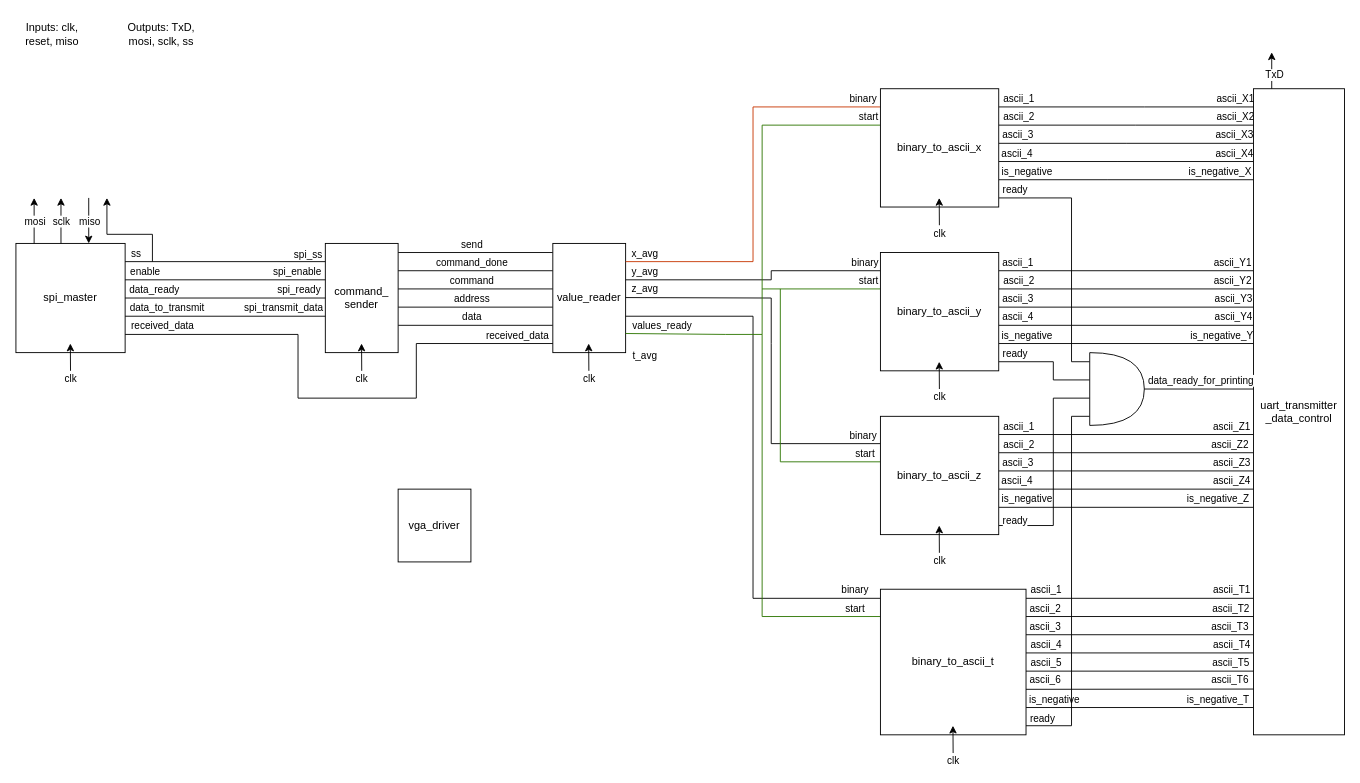
The draw.io diagram Lab4/diagrams/accelerometer_driver.drawio in ACrispyCookie/ECE333-Digital-Systems-Lab, before the edit. Source tidied: cells renumbered, new cells numbered last; positions are measured from the earlier drawing's top-left corner, leaving out a move shared by most shapes. Both pictures are drawn from the tidied source at 91%, with x=0, y=0 at pixel (15, 15).
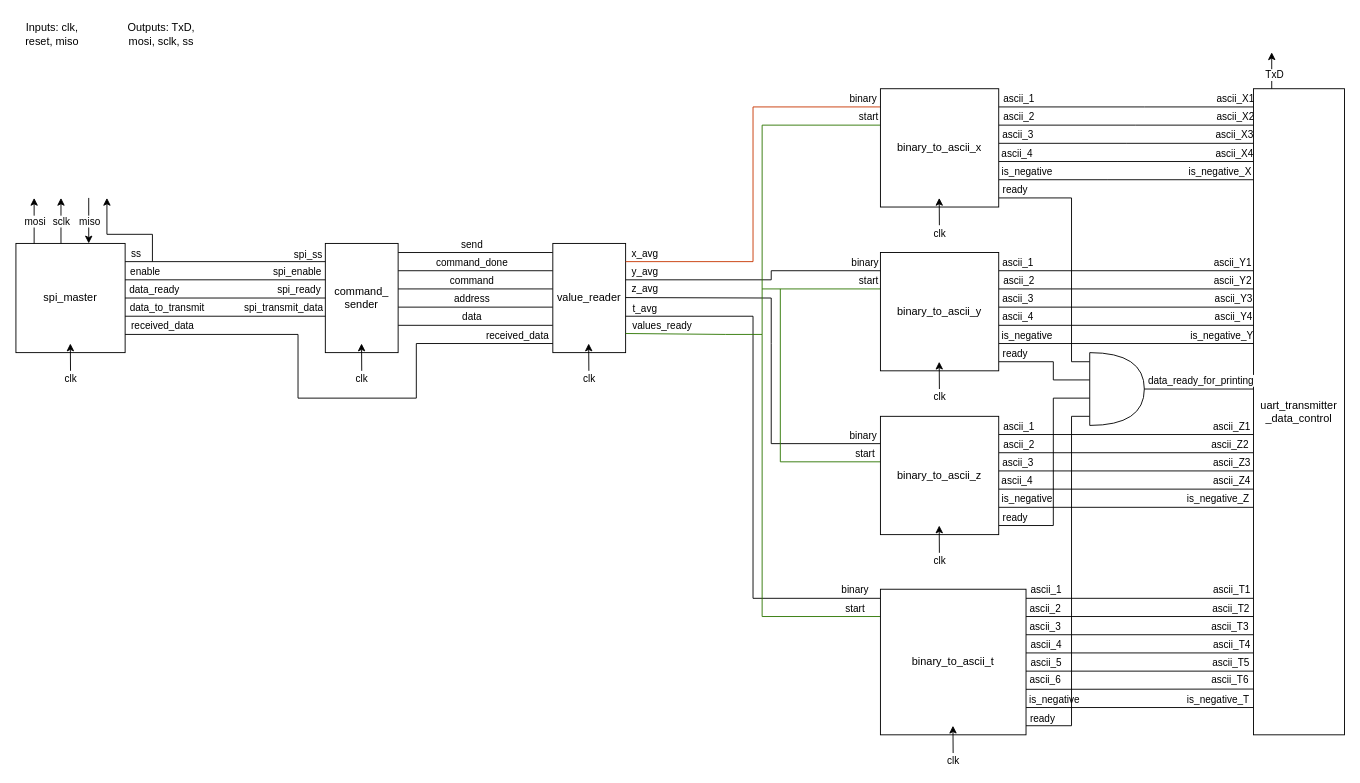
After the change.

Commit message (it also covers changes not shown here):
Update diagrams and add presentation

Unchanged cells that the change refers to:
```xml
<mxCell id="53" style="endArrow=none;html=1;rounded=0;exitX=1;exitY=0.25;exitDx=0;exitDy=0;strokeColor=light-dark(#000000,#660066);" parent="1" edge="1">
  <mxGeometry relative="1" as="geometry">
    <mxPoint x="670" y="330" as="sourcePoint" />
    <mxPoint x="950" y="640" as="targetPoint" />
    <Array as="points">
      <mxPoint x="810" y="330" />
      <mxPoint x="810" y="640" />
    </Array>
  </mxGeometry>
</mxCell>
<mxCell id="141" style="endArrow=none;html=1;rounded=0;" parent="1" edge="1">
  <mxGeometry relative="1" as="geometry">
    <mxPoint x="1110" y="780" as="sourcePoint" />
    <mxPoint x="1180" y="440" as="targetPoint" />
    <Array as="points">
      <mxPoint x="1160" y="780" />
      <mxPoint x="1160" y="440" />
    </Array>
  </mxGeometry>
</mxCell>
```

Change to the diagram source:
```diff
@@
-    <mxCell id="3" value="vga_driver" style="whiteSpace=wrap;html=1;" parent="1" vertex="1">
-      <mxGeometry x="420" y="520" width="80" height="80" as="geometry" />
-    </mxCell>
@@
     <mxCell id="54" value="t_avg" style="edgeLabel;html=1;align=center;verticalAlign=middle;" parent="53" vertex="1">
       <mxGeometry x="-0.3" y="-3" relative="1" as="geometry">
-        <mxPoint x="-117" y="-24" as="offset" />
+        <mxPoint x="-117" y="-76" as="offset" />
       </mxGeometry>
     </mxCell>
@@
     <mxCell id="142" value="ready" style="edgeLabel;html=1;align=center;verticalAlign=middle;" parent="141" vertex="1">
       <mxGeometry x="0.22" y="1" relative="1" as="geometry">
-        <mxPoint x="-62" y="-26" as="offset" />
+        <mxPoint x="-62" y="-30" as="offset" />
       </mxGeometry>
     </mxCell>
```
